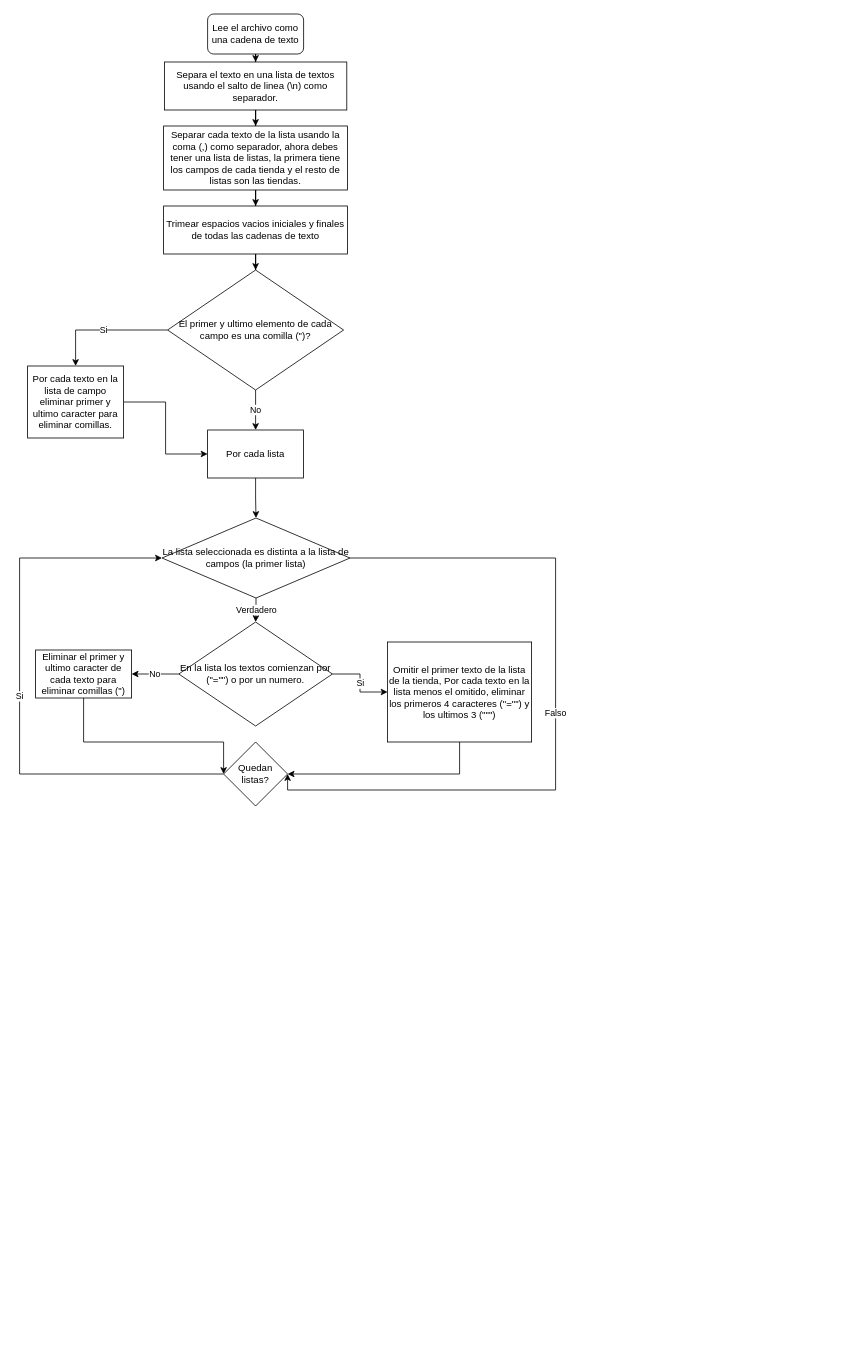
This is Untitled Diagram.drawio from JenniferNevarez/Diagrams, a draw.io file, before an edit. Source tidied: cells renumbered, new cells numbered last; positions are measured from the earlier drawing's top-left corner, leaving out a move shared by most shapes. Both pictures are drawn from the tidied source at 80%, with x=0, y=0 at pixel (19, 14).
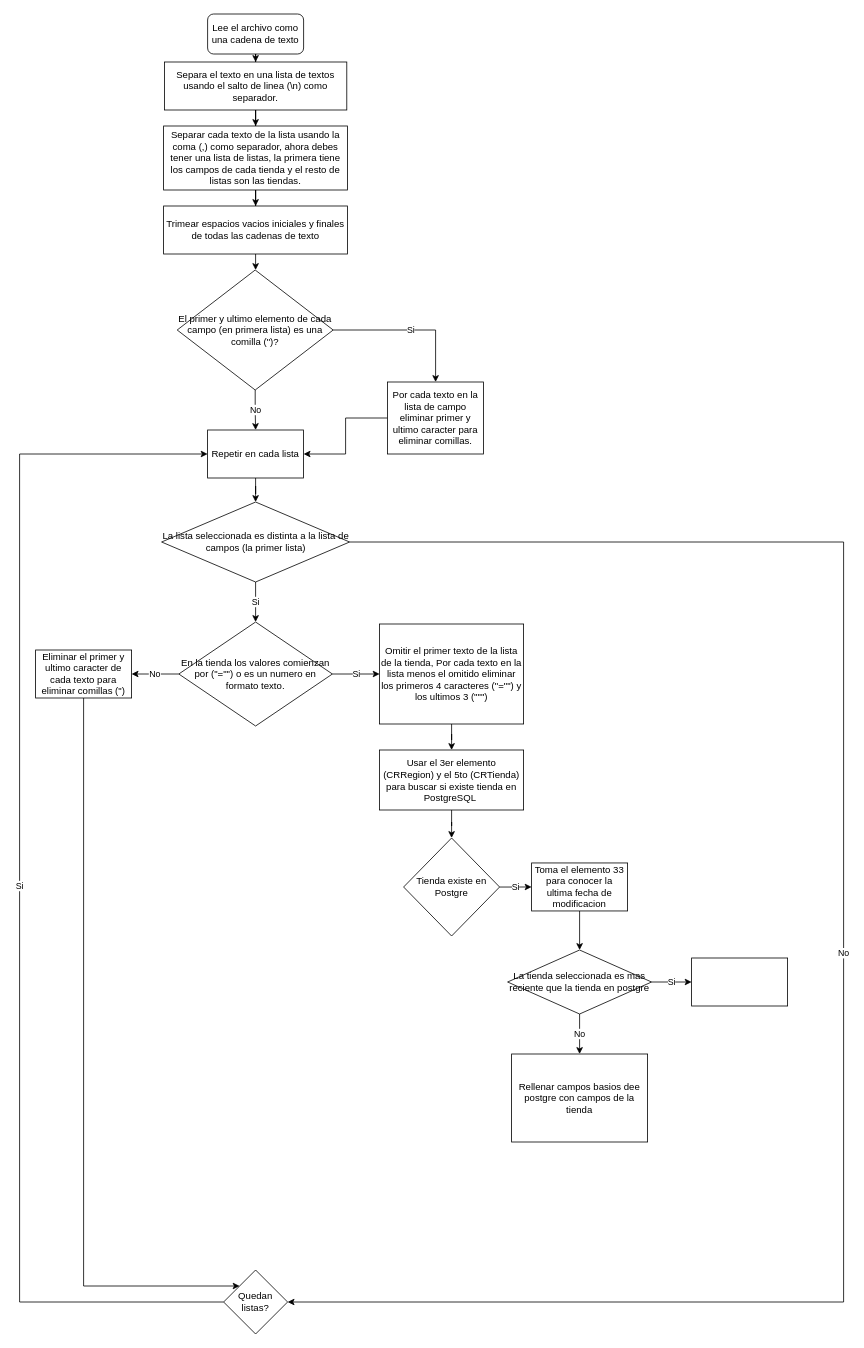
Above is the later version.

Commit message:
guardado de datos

Unchanged cells that the change refers to:
```xml
<mxCell id="28" value="Eliminar el primer y ultimo caracter de cada texto para eliminar comillas (&quot;)" style="rounded=0;whiteSpace=wrap;html=1;" parent="1" vertex="1">
  <mxGeometry x="20" y="795" width="120" height="60" as="geometry" />
</mxCell>
```

Diff of the diagram source:
```diff
@@
+    <mxCell id="5" value="No" style="edgeStyle=orthogonalEdgeStyle;rounded=0;jettySize=auto;html=1;entryX=1;entryY=0.5;entryDx=0;entryDy=0;" parent="1" edge="1" source="6" target="28">
+      <mxGeometry relative="1" as="geometry" />
+    </mxCell>
@@
-    <mxCell id="5" value="No" style="edgeStyle=orthogonalEdgeStyle;rounded=0;jettySize=auto;html=1;entryX=1;entryY=0.5;entryDx=0;entryDy=0;" parent="1" edge="1" source="6" target="28">
-      <mxGeometry relative="1" as="geometry" />
-    </mxCell>
-    <mxCell id="6" value="En la lista los textos comienzan por (&quot;=&quot;&quot;) o por un numero." style="rhombus;whiteSpace=wrap;html=1;" parent="1" vertex="1">
+    <mxCell id="6" value="En la tienda los valores comienzan por (&quot;=&quot;&quot;) o es un numero en formato texto." style="rhombus;whiteSpace=wrap;html=1;" parent="1" vertex="1">
       <mxGeometry x="199" y="760" width="192" height="130" as="geometry" />
     </mxCell>
@@
-    <mxCell id="15" value="El primer y ultimo elemento de cada campo es una comilla (&quot;)?" style="rhombus;whiteSpace=wrap;html=1;" parent="1" vertex="1">
-      <mxGeometry x="185" y="320" width="220" height="150" as="geometry" />
+    <mxCell id="15" value="El primer y ultimo elemento de cada campo (en primera lista) es una comilla (&quot;)?" style="rhombus;whiteSpace=wrap;html=1;" parent="1" vertex="1">
+      <mxGeometry x="197" y="320" width="195" height="150" as="geometry" />
     </mxCell>
-    <mxCell id="16" style="edgeStyle=orthogonalEdgeStyle;rounded=0;jettySize=auto;html=1;entryX=0;entryY=0.5;entryDx=0;entryDy=0;" parent="1" edge="1" source="17" target="21">
+    <mxCell id="16" style="edgeStyle=orthogonalEdgeStyle;rounded=0;jettySize=auto;html=1;entryX=1;entryY=0.5;entryDx=0;entryDy=0;" parent="1" edge="1" source="17" target="21">
       <mxGeometry relative="1" as="geometry" />
     </mxCell>
     <mxCell id="17" value="Por cada texto en la lista de campo eliminar primer y ultimo caracter para eliminar comillas." style="rounded=0;whiteSpace=wrap;html=1;" parent="1" vertex="1">
-      <mxGeometry x="10" y="440" width="120" height="90" as="geometry" />
+      <mxGeometry x="460" y="460" width="120" height="90" as="geometry" />
     </mxCell>
-    <mxCell id="18" style="edgeStyle=orthogonalEdgeStyle;rounded=0;jettySize=auto;html=1;" parent="1" edge="1" source="19" target="25">
-      <mxGeometry relative="1" as="geometry">
-        <Array as="points">
-          <mxPoint x="550" y="950" />
-        </Array>
-      </mxGeometry>
-    </mxCell>
+    <mxCell id="29" style="edgeStyle=orthogonalEdgeStyle;rounded=0;jettySize=auto;html=1;entryX=0.5;entryY=0;entryDx=0;entryDy=0;" parent="1" edge="1" source="19" target="31">
+      <mxGeometry relative="1" as="geometry" />
+    </mxCell>
-    <mxCell id="19" value="Omitir el primer texto de la lista de la tienda, Por cada texto en la lista menos el omitido, eliminar los primeros 4 caracteres (&quot;=&quot;&quot;) y los ultimos 3 (&quot;&quot;&quot;)" style="rounded=0;whiteSpace=wrap;html=1;" parent="1" vertex="1">
-      <mxGeometry x="460" y="785" width="180" height="125" as="geometry" />
+    <mxCell id="19" value="Omitir el primer texto de la lista de la tienda, Por cada texto en la lista menos el omitido eliminar los primeros 4 caracteres (&quot;=&quot;&quot;) y los ultimos 3 (&quot;&quot;&quot;)" style="rounded=0;whiteSpace=wrap;html=1;" parent="1" vertex="1">
+      <mxGeometry x="450" y="762.5" width="180" height="125" as="geometry" />
     </mxCell>
@@
-    <mxCell id="21" value="Por cada lista" style="rounded=0;whiteSpace=wrap;html=1;" parent="1" vertex="1">
+    <mxCell id="21" value="Repetir en cada lista" style="rounded=0;whiteSpace=wrap;html=1;" parent="1" vertex="1">
       <mxGeometry x="235" y="520" width="120" height="60" as="geometry" />
     </mxCell>
-    <mxCell id="22" value="Verdadero" style="edgeStyle=orthogonalEdgeStyle;rounded=0;jettySize=auto;html=1;entryX=0.5;entryY=0;entryDx=0;entryDy=0;" parent="1" edge="1" source="23" target="6">
+    <mxCell id="22" value="Si" style="edgeStyle=orthogonalEdgeStyle;rounded=0;jettySize=auto;html=1;entryX=0.5;entryY=0;entryDx=0;entryDy=0;" parent="1" edge="1" source="23" target="6">
       <mxGeometry relative="1" as="geometry" />
     </mxCell>
     <mxCell id="23" value="La lista seleccionada es distinta a la lista de campos (la primer lista)" style="rhombus;whiteSpace=wrap;html=1;rounded=0;" parent="1" vertex="1">
-      <mxGeometry x="178" y="630" width="235" height="100" as="geometry" />
+      <mxGeometry x="177.5" y="610" width="235" height="100" as="geometry" />
     </mxCell>
-    <mxCell id="24" value="Si" style="edgeStyle=orthogonalEdgeStyle;rounded=0;jettySize=auto;html=1;entryX=0;entryY=0.5;entryDx=0;entryDy=0;" parent="1" edge="1" source="25" target="23">
+    <mxCell id="24" value="Si" style="edgeStyle=orthogonalEdgeStyle;rounded=0;jettySize=auto;html=1;entryX=0;entryY=0.5;entryDx=0;entryDy=0;" parent="1" edge="1" source="25" target="21">
       <mxGeometry relative="1" as="geometry">
         <Array as="points">
-          <mxPoint y="950" />
-          <mxPoint y="680" />
+          <mxPoint y="1610" />
+          <mxPoint y="550" />
         </Array>
       </mxGeometry>
     </mxCell>
     <mxCell id="25" value="Quedan listas?" style="rhombus;whiteSpace=wrap;html=1;rounded=0;" parent="1" vertex="1">
-      <mxGeometry x="255" y="910" width="80" height="80" as="geometry" />
+      <mxGeometry x="255" y="1570" width="80" height="80" as="geometry" />
     </mxCell>
-    <mxCell id="26" value="Falso" style="edgeStyle=orthogonalEdgeStyle;rounded=0;jettySize=auto;html=1;entryX=1;entryY=0.5;entryDx=0;entryDy=0;" parent="1" edge="1" source="23" target="25">
+    <mxCell id="26" value="No" style="edgeStyle=orthogonalEdgeStyle;rounded=0;jettySize=auto;html=1;entryX=1;entryY=0.5;entryDx=0;entryDy=0;" parent="1" edge="1" source="23" target="25">
       <mxGeometry relative="1" as="geometry">
         <Array as="points">
-          <mxPoint x="670" y="680" />
-          <mxPoint x="670" y="970" />
+          <mxPoint x="1030" y="660" />
+          <mxPoint x="1030" y="1610" />
         </Array>
       </mxGeometry>
     </mxCell>
-    <mxCell id="27" style="edgeStyle=orthogonalEdgeStyle;rounded=0;jettySize=auto;html=1;entryX=0;entryY=0.5;entryDx=0;entryDy=0;" parent="1" edge="1" source="28" target="25">
+    <mxCell id="27" style="edgeStyle=orthogonalEdgeStyle;rounded=0;jettySize=auto;html=1;entryX=0;entryY=0;entryDx=0;entryDy=0;" parent="1" edge="1" source="28" target="25">
       <mxGeometry relative="1" as="geometry">
         <Array as="points">
-          <mxPoint x="80" y="910" />
-          <mxPoint x="255" y="910" />
+          <mxPoint x="80" y="1590" />
         </Array>
       </mxGeometry>
     </mxCell>
@@
+    <mxCell id="30" style="edgeStyle=orthogonalEdgeStyle;rounded=0;jettySize=auto;html=1;" parent="1" edge="1" source="31" target="33">
+      <mxGeometry relative="1" as="geometry" />
+    </mxCell>
+    <mxCell id="31" value="Usar el 3er elemento (CRRegion) y el 5to (CRTienda) para buscar si existe tienda en PostgreSQL&amp;nbsp;" style="whiteSpace=wrap;html=1;" parent="1" vertex="1">
+      <mxGeometry x="450" y="920" width="180" height="75" as="geometry" />
+    </mxCell>
+    <mxCell id="32" value="Si" style="edgeStyle=orthogonalEdgeStyle;rounded=0;jettySize=auto;html=1;" parent="1" edge="1" source="33" target="35">
+      <mxGeometry relative="1" as="geometry" />
+    </mxCell>
+    <mxCell id="33" value="Tienda existe en Postgre" style="rhombus;whiteSpace=wrap;html=1;" parent="1" vertex="1">
+      <mxGeometry x="480" y="1030" width="120" height="122.5" as="geometry" />
+    </mxCell>
+    <mxCell id="34" style="edgeStyle=orthogonalEdgeStyle;rounded=0;jettySize=auto;html=1;" parent="1" edge="1" source="35" target="38">
+      <mxGeometry relative="1" as="geometry" />
+    </mxCell>
+    <mxCell id="35" value="Toma el elemento 33 para conocer la ultima fecha de modificacion" style="whiteSpace=wrap;html=1;" parent="1" vertex="1">
+      <mxGeometry x="640" y="1061.2" width="120" height="60" as="geometry" />
+    </mxCell>
+    <mxCell id="36" value="Si" style="edgeStyle=orthogonalEdgeStyle;rounded=0;jettySize=auto;html=1;" parent="1" edge="1" source="38" target="39">
+      <mxGeometry relative="1" as="geometry" />
+    </mxCell>
+    <mxCell id="37" value="No" style="edgeStyle=orthogonalEdgeStyle;rounded=0;jettySize=auto;html=1;" parent="1" edge="1" source="38" target="40">
+      <mxGeometry relative="1" as="geometry" />
+    </mxCell>
+    <mxCell id="38" value="La tienda seleccionada es mas reciente que la tienda en postgre" style="rhombus;whiteSpace=wrap;html=1;" parent="1" vertex="1">
+      <mxGeometry x="610" y="1170" width="180" height="80" as="geometry" />
+    </mxCell>
+    <mxCell id="39" style="whiteSpace=wrap;html=1;" parent="1" vertex="1">
+      <mxGeometry x="840" y="1180" width="120" height="60" as="geometry" />
+    </mxCell>
+    <mxCell id="40" value="Rellenar campos basios dee postgre con campos de la tienda" style="whiteSpace=wrap;html=1;" parent="1" vertex="1">
+      <mxGeometry x="615" y="1300" width="170" height="110" as="geometry" />
+    </mxCell>
```
